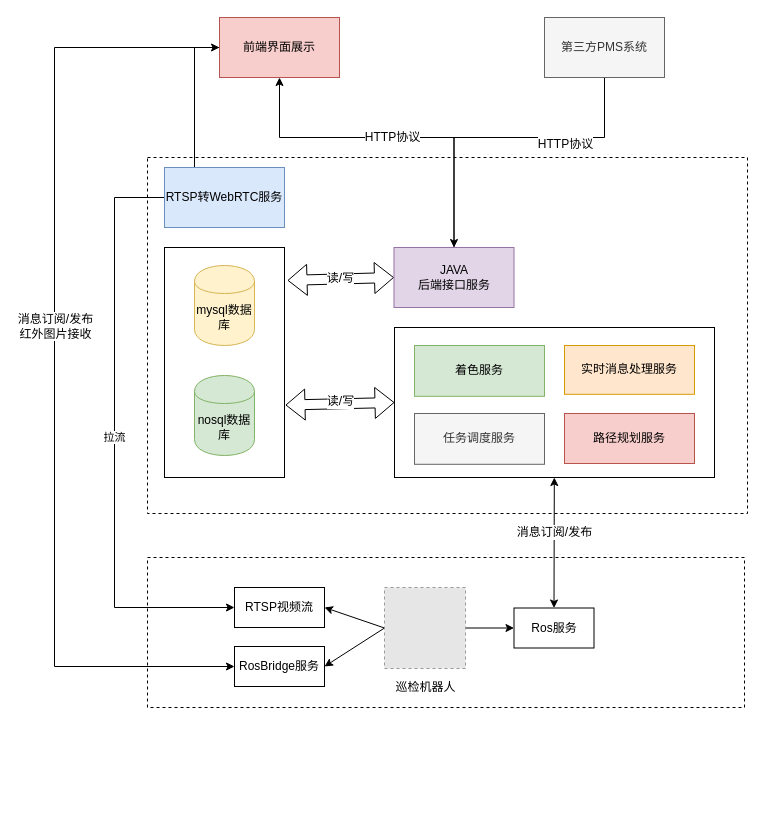
Before: ydrobot-framework.drawio in wangyufei0807/draw, a draw.io diagram. Source tidied: cells renumbered, new cells numbered last; positions are measured from the earlier drawing's top-left corner, leaving out a move shared by most shapes. Both pictures are drawn from the tidied source at 100%, with x=0, y=0 at pixel (54, 17). Pictures stored in the file or linked from it are replaced by grey dashed boxes.
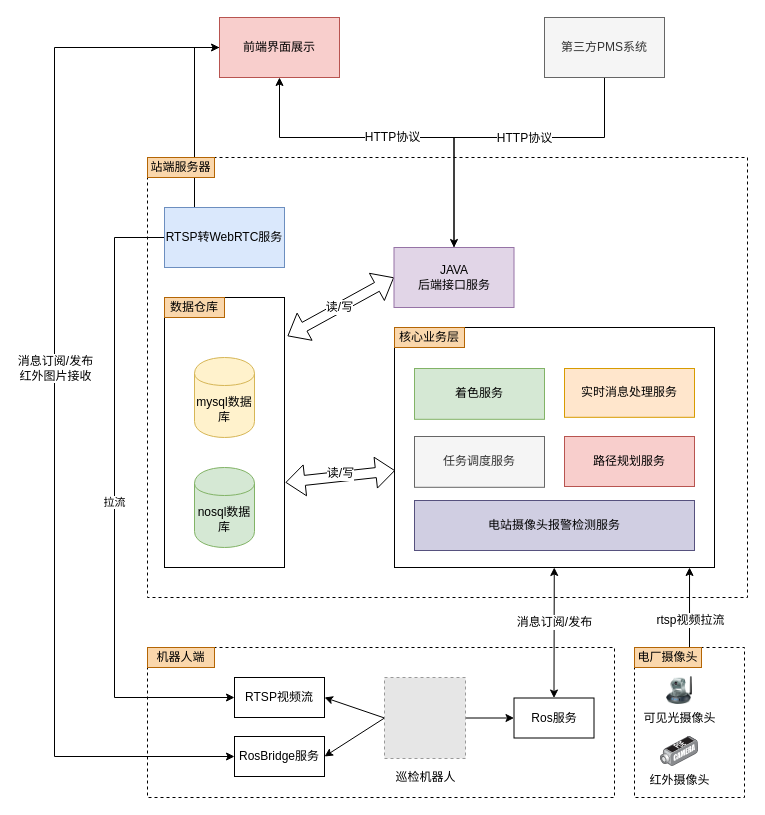
Above is the later version.

The change refers to these unchanged cells:
```xml
<mxCell id="14" value="前端界面展示" style="rounded=0;whiteSpace=wrap;html=1;fontSize=12;fillColor=#f8cecc;strokeColor=#b85450;" parent="1" vertex="1">
  <mxGeometry x="165" width="120" height="60" as="geometry" />
</mxCell>
<mxCell id="26" style="edgeStyle=orthogonalEdgeStyle;rounded=0;jettySize=auto;html=1;exitX=0.5;exitY=1;exitDx=0;exitDy=0;entryX=0.5;entryY=0;entryDx=0;entryDy=0;" parent="1" edge="1" source="28" target="11">
  <mxGeometry relative="1" as="geometry">
    <Array as="points">
      <mxPoint x="550" y="120" />
      <mxPoint x="399" y="120" />
    </Array>
  </mxGeometry>
</mxCell>
```

What changed in the source:
```diff
@@
     <mxCell id="2" style="rounded=0;whiteSpace=wrap;html=1;fontSize=12;dashed=1;" parent="1" vertex="1">
-      <mxGeometry x="93" y="540" width="597" height="150" as="geometry" />
+      <mxGeometry x="93" y="630" width="467" height="150" as="geometry" />
     </mxCell>
     <mxCell id="3" style="rounded=0;whiteSpace=wrap;html=1;dashed=1;" parent="1" vertex="1">
-      <mxGeometry x="93" y="140" width="600" height="356" as="geometry" />
+      <mxGeometry x="93" y="140" width="600" height="440" as="geometry" />
     </mxCell>
@@
     <mxCell id="7" value="&lt;font style=&quot;font-size: 12px&quot;&gt;巡检机器人&lt;/font&gt;" style="fillColor=#E6E6E6;strokeColor=#999999;dashed=1;html=1;verticalAlign=top;verticalLabelPosition=bottom;labelBackgroundColor=#ffffff;fontSize=18;" parent="1" vertex="1">
-      <mxGeometry x="330" y="570" width="81" height="81" as="geometry" />
+      <mxGeometry x="330" y="660" width="81" height="81" as="geometry" />
     </mxCell>
@@
     <mxCell id="12" style="edgeStyle=orthogonalEdgeStyle;rounded=0;jettySize=auto;html=1;exitX=0;exitY=0.5;exitDx=0;exitDy=0;entryX=0;entryY=0.5;entryDx=0;entryDy=0;" parent="1" edge="1" source="14" target="18">
       <mxGeometry relative="1" as="geometry">
         <Array as="points">
           <mxPoint y="30" />
-          <mxPoint y="649" />
+          <mxPoint y="739" />
         </Array>
       </mxGeometry>
     </mxCell>
@@
     <mxCell id="17" value="Ros服务" style="rounded=0;whiteSpace=wrap;html=1;" parent="1" vertex="1">
-      <mxGeometry x="459.5" y="590.5" width="80" height="40" as="geometry" />
+      <mxGeometry x="459.5" y="680.5" width="80" height="40" as="geometry" />
     </mxCell>
     <mxCell id="18" value="RosBridge服务" style="rounded=0;whiteSpace=wrap;html=1;" parent="1" vertex="1">
-      <mxGeometry x="180" y="629" width="90" height="40" as="geometry" />
+      <mxGeometry x="180" y="719" width="90" height="40" as="geometry" />
     </mxCell>
-    <mxCell id="19" style="rounded=0;jettySize=auto;html=1;exitX=0;exitY=0.5;exitDx=0;exitDy=0;entryX=1.008;entryY=0.685;entryDx=0;entryDy=0;entryPerimeter=0;strokeColor=#000000;startArrow=block;shape=flexArrow;fillColor=none;" parent="1" edge="1" source="21" target="29">
+    <mxCell id="19" style="rounded=0;jettySize=auto;html=1;exitX=0.002;exitY=0.596;exitDx=0;exitDy=0;entryX=1.008;entryY=0.685;entryDx=0;entryDy=0;entryPerimeter=0;strokeColor=#000000;startArrow=block;shape=flexArrow;fillColor=none;exitPerimeter=0;" parent="1" edge="1" source="21" target="29">
       <mxGeometry relative="1" as="geometry" />
     </mxCell>
@@
     <mxCell id="21" style="rounded=0;whiteSpace=wrap;html=1;" parent="1" vertex="1">
-      <mxGeometry x="340" y="310" width="320" height="150" as="geometry" />
+      <mxGeometry x="340" y="310" width="320" height="240" as="geometry" />
     </mxCell>
     <mxCell id="22" value="实时消息处理服务" style="rounded=0;whiteSpace=wrap;html=1;fontSize=12;fillColor=#ffe6cc;strokeColor=#d79b00;" parent="1" vertex="1">
-      <mxGeometry x="510" y="328" width="130" height="48.8" as="geometry" />
+      <mxGeometry x="510" y="351" width="130" height="48.8" as="geometry" />
     </mxCell>
     <mxCell id="23" value="路径规划服务" style="rounded=0;whiteSpace=wrap;html=1;fontSize=12;fillColor=#f8cecc;strokeColor=#b85450;" parent="1" vertex="1">
-      <mxGeometry x="510" y="396" width="130" height="50" as="geometry" />
+      <mxGeometry x="510" y="419" width="130" height="50" as="geometry" />
     </mxCell>
     <mxCell id="24" value="着色服务" style="rounded=0;whiteSpace=wrap;html=1;fontSize=12;fillColor=#d5e8d4;strokeColor=#82b366;" parent="1" vertex="1">
-      <mxGeometry x="360" y="328" width="130" height="50.8" as="geometry" />
+      <mxGeometry x="360" y="351" width="130" height="50.8" as="geometry" />
     </mxCell>
     <mxCell id="25" value="任务调度服务" style="rounded=0;whiteSpace=wrap;html=1;fontSize=12;fillColor=#f5f5f5;strokeColor=#666666;fontColor=#333333;" parent="1" vertex="1">
-      <mxGeometry x="360" y="396" width="130" height="50.8" as="geometry" />
+      <mxGeometry x="360" y="419" width="130" height="50.8" as="geometry" />
     </mxCell>
@@
     <mxCell id="27" value="HTTP协议" style="text;html=1;align=center;verticalAlign=middle;labelBackgroundColor=#ffffff;" parent="26" vertex="1">
       <mxGeometry x="-0.62" y="-1" relative="1" as="geometry">
-        <mxPoint x="-39" y="7" as="offset" />
+        <mxPoint x="-79.2" y="1" as="offset" />
       </mxGeometry>
     </mxCell>
@@
     <mxCell id="29" style="rounded=0;whiteSpace=wrap;html=1;" parent="1" vertex="1">
-      <mxGeometry x="110" y="230" width="120" height="230" as="geometry" />
+      <mxGeometry x="110" y="280" width="120" height="270" as="geometry" />
     </mxCell>
     <mxCell id="30" value="mysql数据库" style="shape=cylinder;whiteSpace=wrap;html=1;boundedLbl=1;backgroundOutline=1;fontSize=12;fillColor=#fff2cc;strokeColor=#d6b656;" parent="1" vertex="1">
-      <mxGeometry x="140" y="248" width="60" height="80" as="geometry" />
+      <mxGeometry x="140" y="340" width="60" height="80" as="geometry" />
     </mxCell>
     <mxCell id="31" value="nosql数据库" style="shape=cylinder;whiteSpace=wrap;html=1;boundedLbl=1;backgroundOutline=1;fontSize=12;fillColor=#d5e8d4;strokeColor=#82b366;" parent="1" vertex="1">
-      <mxGeometry x="140" y="358" width="60" height="80" as="geometry" />
+      <mxGeometry x="140" y="450" width="60" height="80" as="geometry" />
     </mxCell>
     <mxCell id="32" value="RTSP视频流" style="rounded=0;whiteSpace=wrap;html=1;" parent="1" vertex="1">
-      <mxGeometry x="180" y="570" width="90" height="40" as="geometry" />
+      <mxGeometry x="180" y="660" width="90" height="40" as="geometry" />
     </mxCell>
@@
     <mxCell id="34" value="拉流" style="edgeStyle=orthogonalEdgeStyle;rounded=0;jettySize=auto;html=1;exitX=0;exitY=0.5;exitDx=0;exitDy=0;entryX=0;entryY=0.5;entryDx=0;entryDy=0;startArrow=none;startFill=0;strokeColor=#000000;fillColor=none;" parent="1" edge="1" source="35" target="32">
       <mxGeometry relative="1" as="geometry">
         <Array as="points">
-          <mxPoint x="60" y="180" />
-          <mxPoint x="60" y="590" />
+          <mxPoint x="60" y="220" />
+          <mxPoint x="60" y="680" />
         </Array>
       </mxGeometry>
     </mxCell>
     <mxCell id="35" value="RTSP转WebRTC服务" style="rounded=0;whiteSpace=wrap;html=1;fillColor=#dae8fc;strokeColor=#6c8ebf;" parent="1" vertex="1">
-      <mxGeometry x="110" y="150" width="120" height="60" as="geometry" />
+      <mxGeometry x="110" y="190" width="120" height="60" as="geometry" />
     </mxCell>
+    <mxCell id="36" value="电站摄像头报警检测服务" style="rounded=0;whiteSpace=wrap;html=1;fontSize=12;fillColor=#d0cee2;strokeColor=#56517e;" parent="1" vertex="1">
+      <mxGeometry x="360" y="483" width="280" height="50" as="geometry" />
+    </mxCell>
+    <mxCell id="37" style="edgeStyle=orthogonalEdgeStyle;rounded=0;jettySize=auto;html=1;exitX=0.5;exitY=0;exitDx=0;exitDy=0;entryX=0.922;entryY=1;entryDx=0;entryDy=0;entryPerimeter=0;" parent="1" edge="1" source="39" target="21">
+      <mxGeometry relative="1" as="geometry" />
+    </mxCell>
+    <mxCell id="38" value="rtsp视频拉流" style="text;html=1;align=center;verticalAlign=middle;labelBackgroundColor=#ffffff;" parent="37" vertex="1">
+      <mxGeometry x="-0.08" relative="1" as="geometry">
+        <mxPoint y="9" as="offset" />
+      </mxGeometry>
+    </mxCell>
+    <mxCell id="39" style="rounded=0;whiteSpace=wrap;html=1;fontSize=12;dashed=1;" parent="1" vertex="1">
+      <mxGeometry x="580" y="630" width="110" height="150" as="geometry" />
+    </mxCell>
+    <mxCell id="40" value="可见光摄像头" style="image;html=1;labelBackgroundColor=#ffffff;image=img/lib/clip_art/networking/Ip_Camera_128x128.png;" parent="1" vertex="1">
+      <mxGeometry x="611" y="659" width="28" height="28" as="geometry" />
+    </mxCell>
+    <mxCell id="41" value="红外摄像头" style="html=1;align=center;shadow=0;dashed=0;image;image=img/lib/allied_telesis/security/POE_DVS_Camera.svg;" parent="1" vertex="1">
+      <mxGeometry x="606" y="719" width="38.1" height="30" as="geometry" />
+    </mxCell>
+    <mxCell id="42" value="机器人端" style="text;html=1;strokeColor=#b46504;fillColor=#fad7ac;align=center;verticalAlign=middle;whiteSpace=wrap;rounded=0;" parent="1" vertex="1">
+      <mxGeometry x="93" y="630" width="67" height="20" as="geometry" />
+    </mxCell>
+    <mxCell id="43" value="电厂摄像头" style="text;html=1;strokeColor=#b46504;fillColor=#fad7ac;align=center;verticalAlign=middle;whiteSpace=wrap;rounded=0;" parent="1" vertex="1">
+      <mxGeometry x="580" y="630" width="67" height="20" as="geometry" />
+    </mxCell>
+    <mxCell id="44" value="数据仓库" style="text;html=1;strokeColor=#b46504;fillColor=#fad7ac;align=center;verticalAlign=middle;whiteSpace=wrap;rounded=0;" parent="1" vertex="1">
+      <mxGeometry x="110" y="280" width="60" height="20" as="geometry" />
+    </mxCell>
+    <mxCell id="45" value="核心业务层" style="text;html=1;strokeColor=#b46504;fillColor=#fad7ac;align=center;verticalAlign=middle;whiteSpace=wrap;rounded=0;" parent="1" vertex="1">
+      <mxGeometry x="340" y="310" width="70" height="20" as="geometry" />
+    </mxCell>
+    <mxCell id="46" value="站端服务器" style="text;html=1;strokeColor=#b46504;fillColor=#fad7ac;align=center;verticalAlign=middle;whiteSpace=wrap;rounded=0;" parent="1" vertex="1">
+      <mxGeometry x="93" y="140" width="67" height="20" as="geometry" />
+    </mxCell>
```
